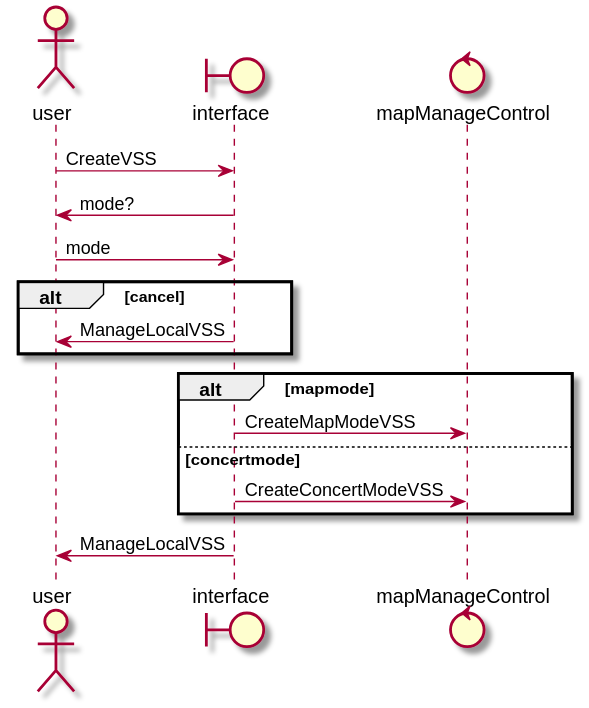
Above: 需求定义和分析/SeqDiagram/createvss.svg in kpp19920121/doc (PlantUML), before the change. Source of this version:
```plantuml
@startuml
actor user
boundary interface
control mapManageControl

user -> interface: CreateVSS
interface -> user: mode?
user -> interface: mode

alt cancel
    interface -> user: ManageLocalVSS
end

alt mapmode
    interface -> mapManageControl: CreateMapModeVSS
else concertmode
    interface -> mapManageControl: CreateConcertModeVSS
end
interface -> user: ManageLocalVSS
@enduml
```
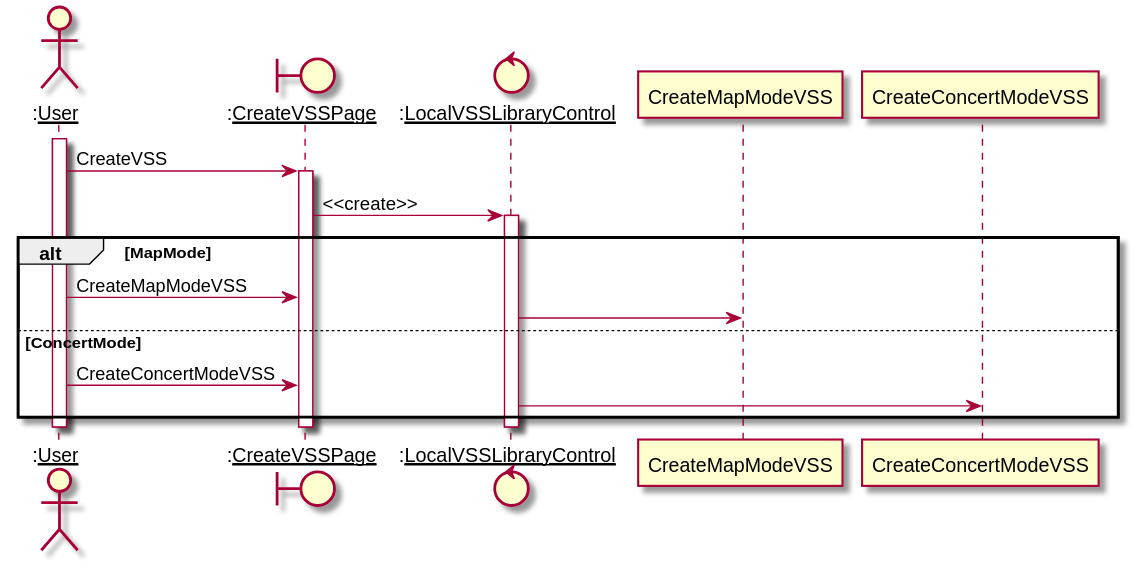
After the change.

The edit, as a diff of the source:
```diff
@@ -1,20 +1,21 @@
 @startuml
-actor user
-boundary interface
-control mapManageControl
+actor ":__User__" as User
+boundary ":__CreateVSSPage__" as CreateVSSPage
+control ":__LocalVSSLibraryControl__" as LocalVSSLibraryControl
 
-user -> interface: CreateVSS
-interface -> user: mode?
-user -> interface: mode
-
-alt cancel
-    interface -> user: ManageLocalVSS
+activate User
+User -> CreateVSSPage: CreateVSS
+activate CreateVSSPage
+CreateVSSPage -> LocalVSSLibraryControl: <<create>>
+activate LocalVSSLibraryControl
+alt MapMode
+    User -> CreateVSSPage: CreateMapModeVSS
+    LocalVSSLibraryControl -> CreateMapModeVSS
+else ConcertMode
+    User -> CreateVSSPage: CreateConcertModeVSS
+    LocalVSSLibraryControl -> CreateConcertModeVSS
 end
-
-alt mapmode
-    interface -> mapManageControl: CreateMapModeVSS
-else concertmode
-    interface -> mapManageControl: CreateConcertModeVSS
-end
-interface -> user: ManageLocalVSS
+deactivate CreateVSSPage
+deactivate LocalVSSLibraryControl
+deactivate User
 @enduml
```
